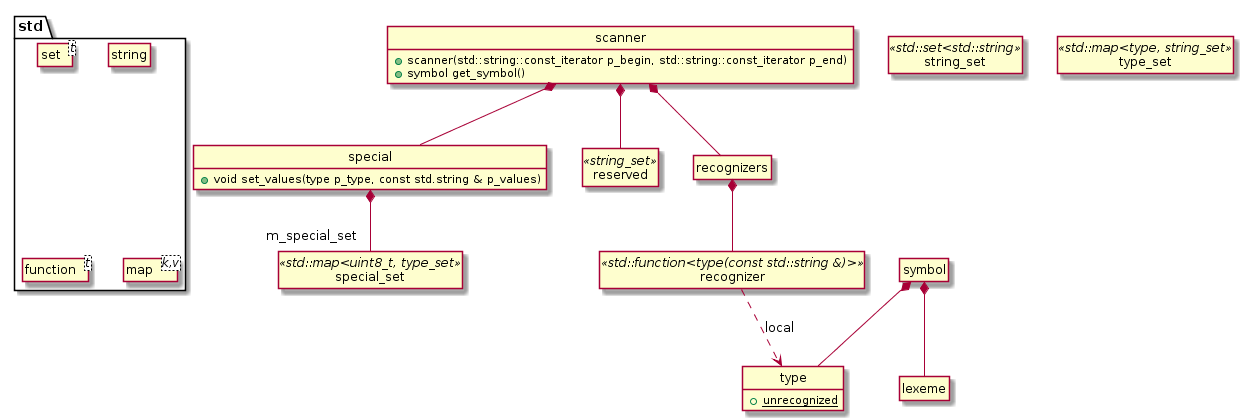
The PlantUML diagram code/interpreter/document/classes.png in rodrigocanellas/tenacitas, before a commit.
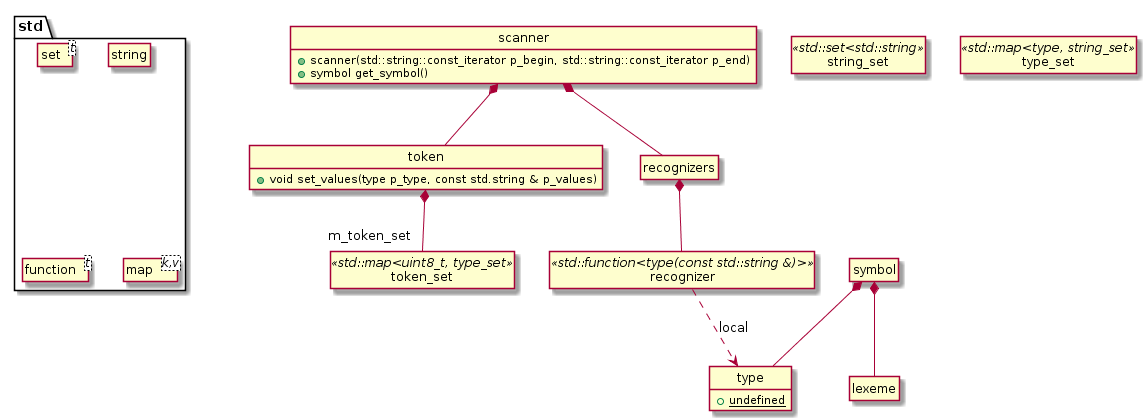
Later version of the same file.

The edit, as a diff of the source:
```diff
@@ -18,19 +18,17 @@
 class symbol
 class lexeme
 
-class special {
+class token {
     + void set_values(type p_type, const std.string & p_values)
 }
 
 class type {
-    + {static} unrecognized
+    + {static} undefined
 }
 
 class string_set <<std::set<std::string>>
 class type_set <<std::map<type, string_set>>>
-class special_set <<std::map<uint8_t, type_set>>>
-
-class reserved <<string_set>>
+class token_set <<std::map<uint8_t, type_set>>>
 
 class recognizers
 class recognizer <<std::function<type(const std::string &)> >>
@@ -44,11 +42,10 @@
 symbol *-- lexeme
 symbol *-- type
 
-scanner *-- special
-scanner *-- reserved
+scanner *-- token
 scanner *-- recognizers
 
-special *-- "m_special_set" special_set
+token *-- "m_token_set" token_set
 
 
 @enduml
```
